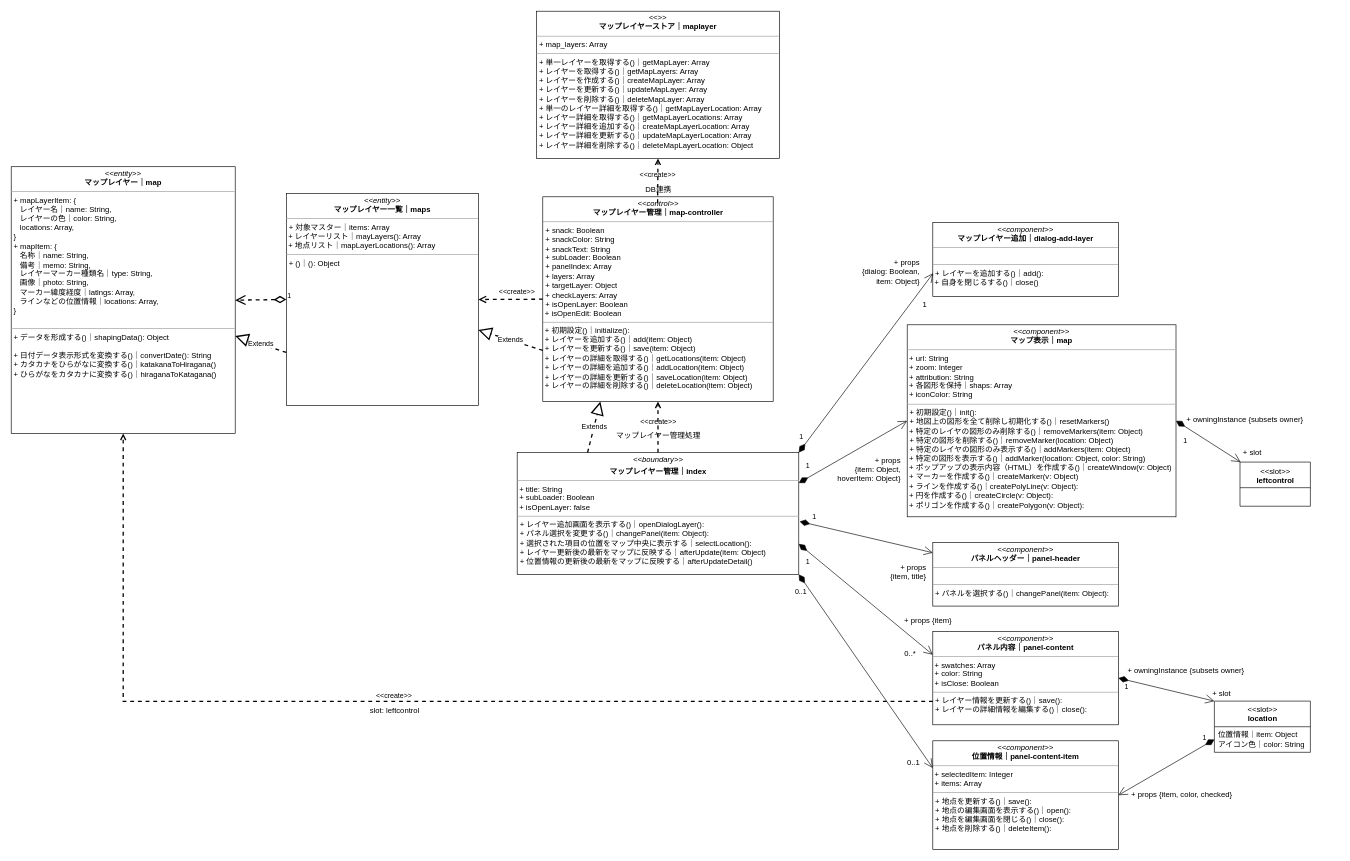
Above: iriomote-anymaps.drawio in kaoru387/draw.io (draw.io), before the change. Source tidied: cells renumbered, new cells numbered last; positions are measured from the earlier drawing's top-left corner, leaving out a move shared by most shapes. Both pictures are drawn from the tidied source at 64%, with x=0, y=0 at pixel (11, 11).
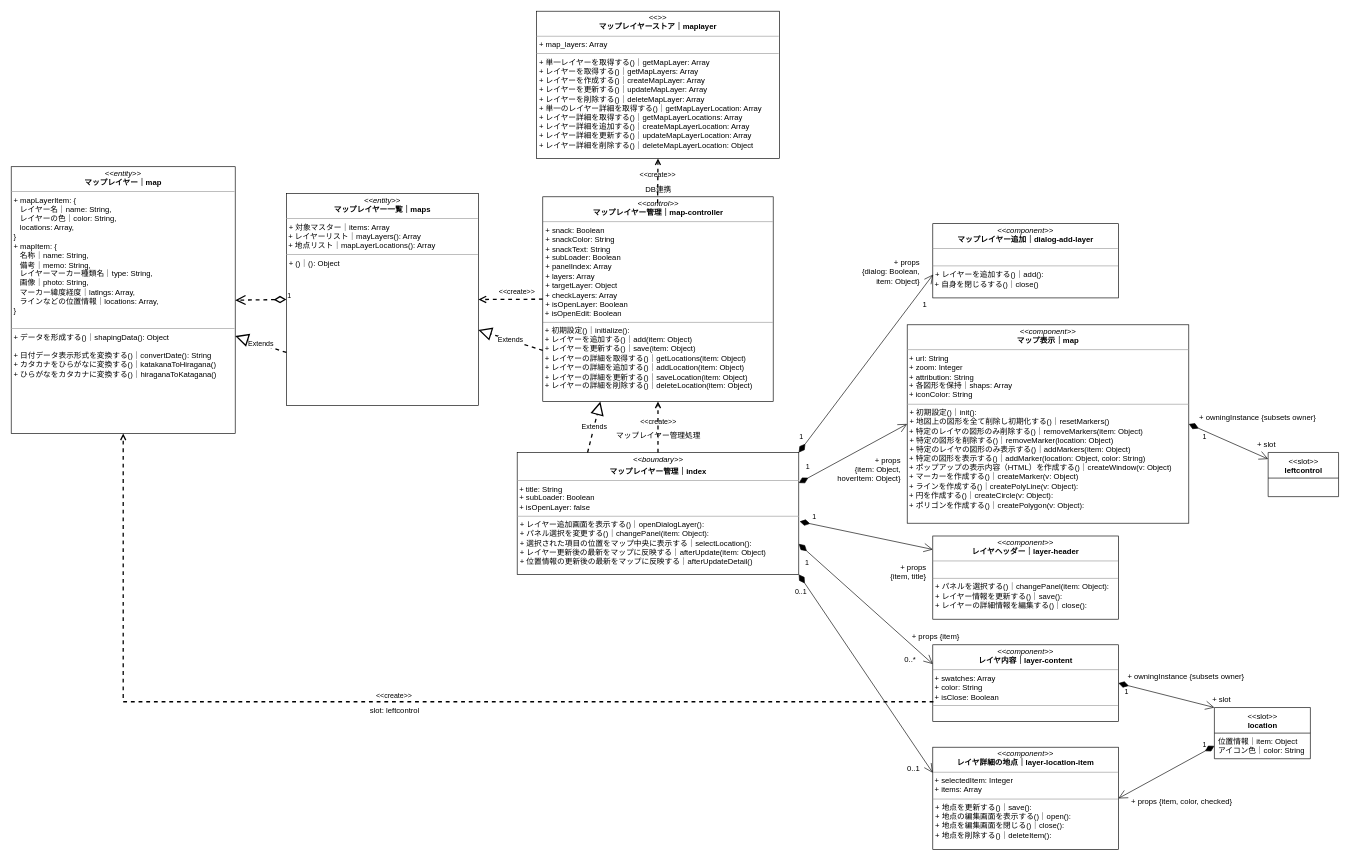
Above is the later version.

Commit message:
iriomote-anymaps.drawio を更新します

Change to the diagram source:
```diff
@@
     <mxCell id="5" value="&lt;p style=&quot;margin:0px;margin-top:4px;text-align:center;&quot;&gt;&lt;i&gt;&amp;lt;&amp;lt;&lt;/i&gt;&lt;i&gt;component&lt;/i&gt;&lt;i&gt;&amp;gt;&amp;gt;&lt;/i&gt;&lt;br&gt;&lt;b&gt;マップレイヤー追加｜&lt;/b&gt;&lt;b style=&quot;background-color: initial;&quot;&gt;dialog-add-layer&lt;/b&gt;&lt;/p&gt;&lt;hr size=&quot;1&quot;&gt;&lt;div&gt;&lt;/div&gt;&lt;br&gt;&lt;hr size=&quot;1&quot;&gt;&lt;p style=&quot;margin:0px;margin-left:4px;&quot;&gt;+ レイヤーを追加する()｜add():&amp;nbsp;&lt;/p&gt;&amp;nbsp;+ 自身を閉じるする()｜close()" style="verticalAlign=top;align=left;overflow=fill;fontSize=12;fontFamily=Helvetica;html=1;" parent="1" vertex="1">
-      <mxGeometry x="1440" y="330" width="290" height="116" as="geometry" />
+      <mxGeometry x="1440" y="332" width="290" height="116" as="geometry" />
     </mxCell>
     <mxCell id="6" value="&lt;p style=&quot;margin:0px;margin-top:4px;text-align:center;&quot;&gt;&lt;i&gt;&amp;lt;&amp;lt;&lt;/i&gt;&lt;i&gt;component&lt;/i&gt;&lt;i&gt;&amp;gt;&amp;gt;&lt;/i&gt;&lt;br&gt;&lt;b&gt;マップ表示｜&lt;/b&gt;&lt;b style=&quot;background-color: initial;&quot;&gt;map&lt;/b&gt;&lt;/p&gt;&lt;hr size=&quot;1&quot;&gt;&lt;div&gt;&lt;span style=&quot;background-color: initial;&quot;&gt;&amp;nbsp;+ url: String&lt;/span&gt;&lt;/div&gt;&lt;div&gt;&amp;nbsp;+ zoom: Integer&lt;/div&gt;&amp;nbsp;+&amp;nbsp;&lt;span style=&quot;background-color: initial;&quot;&gt;attribution: String&lt;/span&gt;&lt;br&gt;&amp;nbsp;+ 各図形を保持｜&lt;span style=&quot;background-color: initial;&quot;&gt;shaps: Array&lt;/span&gt;&lt;br&gt;&amp;nbsp;+&amp;nbsp;&lt;span style=&quot;background-color: initial;&quot;&gt;iconColor: String&lt;/span&gt;&lt;br&gt;&lt;hr size=&quot;1&quot;&gt;&lt;p style=&quot;margin:0px;margin-left:4px;&quot;&gt;+ 初期設定()｜init():&amp;nbsp;&lt;/p&gt;&lt;p style=&quot;margin:0px;margin-left:4px;&quot;&gt;+ 地図上の図形を全て削除し初期化する()｜resetMarkers()&lt;br&gt;&lt;/p&gt;&amp;nbsp;+ 特定のレイヤの図形のみ削除する()｜removeMarkers(item: Object)&lt;p style=&quot;margin:0px;margin-left:4px;&quot;&gt;+ 特定の図形を削除する()｜removeMarker(location: Object)&lt;br&gt;&lt;/p&gt;&lt;p style=&quot;margin:0px;margin-left:4px;&quot;&gt;+ 特定のレイヤの図形のみ表示する()｜addMarkers(item: Object)&lt;/p&gt;&amp;nbsp;+ 特定の図形を表示する()｜addMarker(location: Object, color: String)&lt;br&gt;&amp;nbsp;+ ポップアップの表示内容（HTML）を作成する()｜createWindow(v: Object)&lt;br&gt;&amp;nbsp;+ マーカーを作成する()｜createMarker(v: Object)&lt;br&gt;&amp;nbsp;+ ラインを作成する()｜createPolyLine(v: Object):&amp;nbsp;&lt;br&gt;&amp;nbsp;+ 円を作成する()｜createCircle(v: Object):&amp;nbsp;&lt;br&gt;&amp;nbsp;+ ポリゴンを作成する()｜createPolygon(v: Object):&amp;nbsp;" style="verticalAlign=top;align=left;overflow=fill;fontSize=12;fontFamily=Helvetica;html=1;" parent="1" vertex="1">
-      <mxGeometry x="1400" y="490" width="420" height="300" as="geometry" />
+      <mxGeometry x="1400" y="490" width="440" height="310" as="geometry" />
     </mxCell>
@@
-    <mxCell id="8" value="&lt;p style=&quot;margin:0px;margin-top:4px;text-align:center;&quot;&gt;&lt;i&gt;&amp;lt;&amp;lt;&lt;/i&gt;&lt;i&gt;component&lt;/i&gt;&lt;i&gt;&amp;gt;&amp;gt;&lt;/i&gt;&lt;br&gt;&lt;b&gt;パネルヘッダー｜&lt;/b&gt;&lt;b style=&quot;background-color: initial;&quot;&gt;panel-header&lt;/b&gt;&lt;/p&gt;&lt;hr size=&quot;1&quot;&gt;&lt;div&gt;&lt;/div&gt;&lt;br&gt;&lt;hr size=&quot;1&quot;&gt;&lt;p style=&quot;margin:0px;margin-left:4px;&quot;&gt;+ パネルを選択する()｜changePanel(item: Object):&amp;nbsp;&lt;/p&gt;" style="verticalAlign=top;align=left;overflow=fill;fontSize=12;fontFamily=Helvetica;html=1;" parent="1" vertex="1">
-      <mxGeometry x="1440" y="830" width="290" height="99.5" as="geometry" />
+    <mxCell id="8" value="&lt;p style=&quot;margin:0px;margin-top:4px;text-align:center;&quot;&gt;&lt;i&gt;&amp;lt;&amp;lt;&lt;/i&gt;&lt;i&gt;component&lt;/i&gt;&lt;i&gt;&amp;gt;&amp;gt;&lt;/i&gt;&lt;br&gt;&lt;b&gt;レイヤヘッダー｜&lt;/b&gt;&lt;b style=&quot;background-color: initial;&quot;&gt;layer-header&lt;/b&gt;&lt;/p&gt;&lt;hr size=&quot;1&quot;&gt;&lt;div&gt;&lt;/div&gt;&lt;br&gt;&lt;hr size=&quot;1&quot;&gt;&lt;p style=&quot;margin:0px;margin-left:4px;&quot;&gt;+ パネルを選択する()｜changePanel(item: Object):&amp;nbsp;&lt;/p&gt;&lt;p style=&quot;margin: 0px 0px 0px 4px;&quot;&gt;&lt;span style=&quot;background-color: initial;&quot;&gt;+ レイヤー情報を更新する()｜save():&amp;nbsp;&lt;/span&gt;&lt;br&gt;&lt;/p&gt;&lt;p style=&quot;margin: 0px 0px 0px 4px;&quot;&gt;+ レイヤーの詳細情報を編集する()｜close():&amp;nbsp;&lt;/p&gt;" style="verticalAlign=top;align=left;overflow=fill;fontSize=12;fontFamily=Helvetica;html=1;" parent="1" vertex="1">
+      <mxGeometry x="1440" y="820" width="290" height="130" as="geometry" />
     </mxCell>
@@
-    <mxCell id="15" value="&lt;p style=&quot;margin:0px;margin-top:4px;text-align:center;&quot;&gt;&lt;i&gt;&amp;lt;&amp;lt;component&amp;gt;&amp;gt;&lt;/i&gt;&lt;br&gt;&lt;b&gt;パネル内容｜&lt;/b&gt;&lt;b style=&quot;background-color: initial;&quot;&gt;panel-content&lt;/b&gt;&lt;/p&gt;&lt;hr size=&quot;1&quot;&gt;&lt;div&gt;&lt;span style=&quot;background-color: initial;&quot;&gt;&amp;nbsp;+ swatches: Array&lt;/span&gt;&lt;/div&gt;&amp;nbsp;+ color: String&lt;br&gt;&amp;nbsp;+&amp;nbsp;isClose: Boolean&lt;br&gt;&lt;hr size=&quot;1&quot;&gt;&lt;p style=&quot;margin:0px;margin-left:4px;&quot;&gt;&lt;span style=&quot;background-color: initial;&quot;&gt;+ レイヤー情報を更新する()｜save():&amp;nbsp;&lt;/span&gt;&lt;br&gt;&lt;/p&gt;&lt;p style=&quot;margin:0px;margin-left:4px;&quot;&gt;+ レイヤーの詳細情報を編集する()｜close():&amp;nbsp;&lt;span style=&quot;background-color: initial;&quot;&gt;&lt;br&gt;&lt;/span&gt;&lt;/p&gt;" style="verticalAlign=top;align=left;overflow=fill;fontSize=12;fontFamily=Helvetica;html=1;" parent="1" vertex="1">
-      <mxGeometry x="1440" y="969" width="290" height="146" as="geometry" />
+    <mxCell id="15" value="&lt;p style=&quot;margin:0px;margin-top:4px;text-align:center;&quot;&gt;&lt;i&gt;&amp;lt;&amp;lt;component&amp;gt;&amp;gt;&lt;/i&gt;&lt;br&gt;&lt;b&gt;レイヤ内容｜&lt;/b&gt;&lt;b style=&quot;background-color: initial;&quot;&gt;layer-content&lt;/b&gt;&lt;/p&gt;&lt;hr size=&quot;1&quot;&gt;&lt;div&gt;&lt;span style=&quot;background-color: initial;&quot;&gt;&amp;nbsp;+ swatches: Array&lt;/span&gt;&lt;/div&gt;&amp;nbsp;+ color: String&lt;br&gt;&amp;nbsp;+&amp;nbsp;isClose: Boolean&lt;br&gt;&lt;hr size=&quot;1&quot;&gt;&lt;p style=&quot;margin:0px;margin-left:4px;&quot;&gt;&lt;br&gt;&lt;/p&gt;" style="verticalAlign=top;align=left;overflow=fill;fontSize=12;fontFamily=Helvetica;html=1;" parent="1" vertex="1">
+      <mxGeometry x="1440" y="990" width="290" height="120" as="geometry" />
     </mxCell>
@@
-    <mxCell id="21" value="&lt;p style=&quot;margin:0px;margin-top:4px;text-align:center;&quot;&gt;&lt;i&gt;&amp;lt;&amp;lt;&lt;/i&gt;&lt;i&gt;component&lt;/i&gt;&lt;i&gt;&amp;gt;&amp;gt;&lt;/i&gt;&lt;br&gt;&lt;b&gt;位置情報｜&lt;/b&gt;&lt;b style=&quot;background-color: initial;&quot;&gt;panel-content-item&lt;/b&gt;&lt;/p&gt;&lt;hr size=&quot;1&quot;&gt;&lt;div&gt;&lt;span style=&quot;background-color: initial;&quot;&gt;&amp;nbsp;+ selectedItem: Integer&lt;/span&gt;&lt;/div&gt;&lt;div&gt;&lt;/div&gt;&amp;nbsp;+ items: Array&lt;br&gt;&lt;hr size=&quot;1&quot;&gt;&lt;p style=&quot;margin:0px;margin-left:4px;&quot;&gt;&lt;span style=&quot;background-color: initial;&quot;&gt;+ 地点&lt;/span&gt;&lt;span style=&quot;background-color: initial;&quot;&gt;を更新する()｜save():&amp;nbsp;&lt;/span&gt;&lt;br&gt;&lt;/p&gt;&lt;p style=&quot;margin:0px;margin-left:4px;&quot;&gt;+ 地点の編集画面を表示する()｜open():&amp;nbsp;&lt;span style=&quot;background-color: initial;&quot;&gt;&lt;br&gt;&lt;/span&gt;&lt;/p&gt;&lt;p style=&quot;margin:0px;margin-left:4px;&quot;&gt;+ 地点を編集画面を閉じる()｜close():&amp;nbsp;&lt;br&gt;&lt;/p&gt;&lt;p style=&quot;margin:0px;margin-left:4px;&quot;&gt;+ 地点を削除する()｜deleteItem():&amp;nbsp;&lt;br&gt;&lt;/p&gt;" style="verticalAlign=top;align=left;overflow=fill;fontSize=12;fontFamily=Helvetica;html=1;" parent="1" vertex="1">
-      <mxGeometry x="1440" y="1140" width="290" height="170" as="geometry" />
+    <mxCell id="21" value="&lt;p style=&quot;margin:0px;margin-top:4px;text-align:center;&quot;&gt;&lt;i&gt;&amp;lt;&amp;lt;&lt;/i&gt;&lt;i&gt;component&lt;/i&gt;&lt;i&gt;&amp;gt;&amp;gt;&lt;/i&gt;&lt;br&gt;&lt;b&gt;レイヤ詳細の地点｜layer-location&lt;/b&gt;&lt;b style=&quot;background-color: initial;&quot;&gt;-item&lt;/b&gt;&lt;/p&gt;&lt;hr size=&quot;1&quot;&gt;&lt;div&gt;&lt;span style=&quot;background-color: initial;&quot;&gt;&amp;nbsp;+ selectedItem: Integer&lt;/span&gt;&lt;/div&gt;&lt;div&gt;&lt;/div&gt;&amp;nbsp;+ items: Array&lt;br&gt;&lt;hr size=&quot;1&quot;&gt;&lt;p style=&quot;margin:0px;margin-left:4px;&quot;&gt;&lt;span style=&quot;background-color: initial;&quot;&gt;+ 地点&lt;/span&gt;&lt;span style=&quot;background-color: initial;&quot;&gt;を更新する()｜save():&amp;nbsp;&lt;/span&gt;&lt;br&gt;&lt;/p&gt;&lt;p style=&quot;margin:0px;margin-left:4px;&quot;&gt;+ 地点の編集画面を表示する()｜open():&amp;nbsp;&lt;span style=&quot;background-color: initial;&quot;&gt;&lt;br&gt;&lt;/span&gt;&lt;/p&gt;&lt;p style=&quot;margin:0px;margin-left:4px;&quot;&gt;+ 地点を編集画面を閉じる()｜close():&amp;nbsp;&lt;br&gt;&lt;/p&gt;&lt;p style=&quot;margin:0px;margin-left:4px;&quot;&gt;+ 地点を削除する()｜deleteItem():&amp;nbsp;&lt;br&gt;&lt;/p&gt;" style="verticalAlign=top;align=left;overflow=fill;fontSize=12;fontFamily=Helvetica;html=1;" parent="1" vertex="1">
+      <mxGeometry x="1440" y="1150" width="290" height="160" as="geometry" />
     </mxCell>
@@
     <mxCell id="27" value="&amp;lt;&amp;lt;slot&amp;gt;&amp;gt;&lt;br&gt;&lt;b&gt;location&lt;/b&gt;" style="swimlane;fontStyle=0;align=center;verticalAlign=top;horizontal=1;startSize=40;html=1;" parent="1" vertex="1">
-      <mxGeometry x="1880" y="1078" width="150" height="80" as="geometry" />
+      <mxGeometry x="1880" y="1088" width="150" height="80" as="geometry" />
     </mxCell>
@@
     <mxCell id="30" value="+ slot" style="html=1;align=right;verticalAlign=bottom;labelBackgroundColor=none;" parent="1" vertex="1">
-      <mxGeometry x="1955" y="700" as="geometry">
+      <mxGeometry x="1977" y="687.5" as="geometry">
         <mxPoint x="-1" y="-2" as="offset" />
       </mxGeometry>
     </mxCell>
     <mxCell id="31" value="+ props {item, color, checked}" style="html=1;align=right;verticalAlign=bottom;labelBackgroundColor=none;" parent="1" vertex="1">
-      <mxGeometry x="1759" y="1233" width="150" as="geometry" />
+      <mxGeometry x="1759" y="1243" width="150" as="geometry" />
     </mxCell>
     <mxCell id="32" value="0..1" style="html=1;align=left;verticalAlign=top;labelBackgroundColor=none;" parent="1" vertex="1">
-      <mxGeometry x="1407.2" y="1158" as="geometry">
+      <mxGeometry x="1407.2" y="1168" as="geometry">
         <mxPoint x="-9" y="2" as="offset" />
       </mxGeometry>
     </mxCell>
     <mxCell id="33" value="&amp;lt;&amp;lt;slot&amp;gt;&amp;gt;&lt;br&gt;&lt;b&gt;leftcontrol&lt;/b&gt;" style="swimlane;fontStyle=0;align=center;verticalAlign=top;horizontal=1;startSize=40;html=1;" parent="1" vertex="1">
-      <mxGeometry x="1920" y="704.5" width="110" height="69" as="geometry" />
+      <mxGeometry x="1964" y="689.5" width="110" height="69" as="geometry" />
     </mxCell>
     <mxCell id="34" value="1" style="endArrow=open;html=1;endSize=12;startArrow=diamondThin;startSize=14;startFill=1;align=left;verticalAlign=bottom;rounded=0;exitX=1;exitY=0.5;exitDx=0;exitDy=0;" parent="1" edge="1" source="6" target="33">
-      <mxGeometry x="-0.5" y="-28" relative="1" as="geometry" />
+      <mxGeometry x="-0.55" y="-19" relative="1" as="geometry" />
     </mxCell>
     <mxCell id="35" value="+ owningInstance {subsets owner}" style="html=1;align=right;verticalAlign=bottom;labelBackgroundColor=none;" parent="1" vertex="1">
-      <mxGeometry x="2019" y="647" as="geometry" />
+      <mxGeometry x="2039" y="643" as="geometry" />
     </mxCell>
@@
     <mxCell id="38" value="+ slot" style="html=1;align=left;verticalAlign=top;labelBackgroundColor=none;" parent="1" vertex="1">
-      <mxGeometry x="1870" y="1060" as="geometry">
+      <mxGeometry x="1870" y="1070" as="geometry">
         <mxPoint x="5" y="-8" as="offset" />
       </mxGeometry>
     </mxCell>
     <mxCell id="39" value="+ owningInstance {subsets owner}" style="html=1;align=right;verticalAlign=bottom;labelBackgroundColor=none;" parent="1" vertex="1">
-      <mxGeometry x="1927" y="1038" as="geometry" />
+      <mxGeometry x="1927" y="1048" as="geometry" />
     </mxCell>
     <mxCell id="40" value="+ props {item}" style="html=1;align=right;verticalAlign=bottom;labelBackgroundColor=none;" parent="1" vertex="1">
-      <mxGeometry x="1470" y="960" as="geometry" />
+      <mxGeometry x="1470" y="970" as="geometry">
+        <mxPoint x="12" y="16" as="offset" />
+      </mxGeometry>
     </mxCell>
@@
     <mxCell id="44" value="0..*" style="html=1;align=left;verticalAlign=top;labelBackgroundColor=none;" parent="1" vertex="1">
-      <mxGeometry x="1400" y="1210" as="geometry">
+      <mxGeometry x="1400" y="1220" as="geometry">
         <mxPoint x="-6" y="-220" as="offset" />
       </mxGeometry>
     </mxCell>
```
